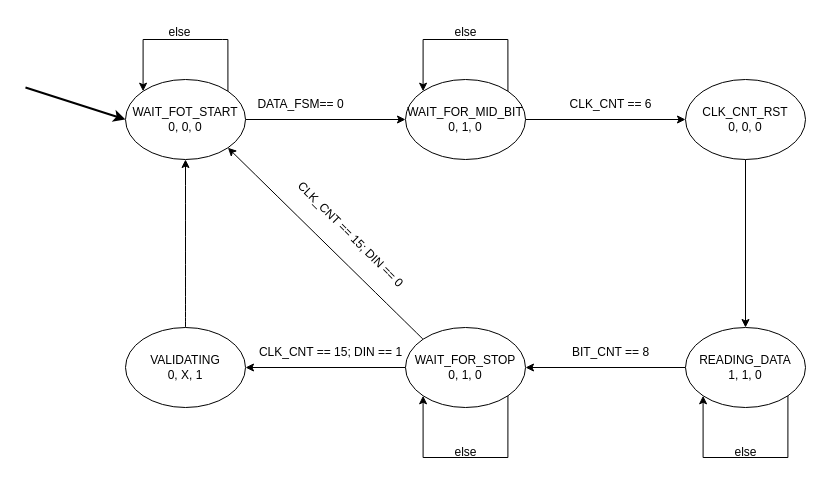
Earlier version of the draw.io diagram INC_FSM.drawio (ArturSultanov/inc_project). Source tidied: cells renumbered, new cells numbered last; positions are measured from the earlier drawing's top-left corner, leaving out a move shared by most shapes. Both pictures are drawn from the tidied source at 100%, with x=0, y=0 at pixel (25, 17).
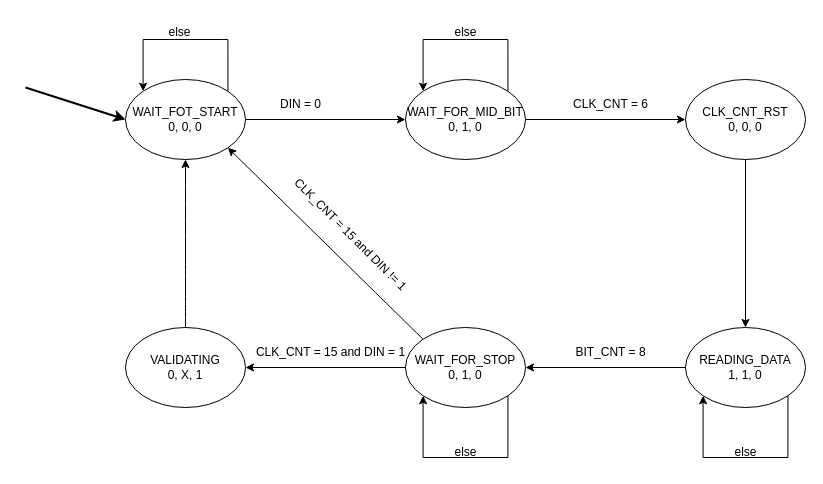
The same page after the edit.

Change to the diagram source:
```diff
@@
-    <mxCell id="18" value="DATA_FSM== 0" style="text;html=1;align=center;verticalAlign=middle;strokeColor=none;fillColor=none;" parent="1" vertex="1">
-      <mxGeometry x="220" y="72" width="110" height="30" as="geometry" />
+    <mxCell id="18" value="DIN = 0" style="text;html=1;align=center;verticalAlign=middle;strokeColor=none;fillColor=none;" parent="1" vertex="1">
+      <mxGeometry x="245" y="72" width="60" height="30" as="geometry" />
     </mxCell>
-    <mxCell id="19" value="CLK_CNT == 6" style="text;html=1;align=center;verticalAlign=middle;strokeColor=none;fillColor=none;" parent="1" vertex="1">
-      <mxGeometry x="530" y="72" width="110" height="30" as="geometry" />
+    <mxCell id="19" value="CLK_CNT = 6" style="text;html=1;align=center;verticalAlign=middle;strokeColor=none;fillColor=none;" parent="1" vertex="1">
+      <mxGeometry x="535" y="72" width="100" height="30" as="geometry" />
     </mxCell>
-    <mxCell id="20" value="BIT_CNT == 8" style="text;html=1;align=center;verticalAlign=middle;strokeColor=none;fillColor=none;rotation=0;" parent="1" vertex="1">
-      <mxGeometry x="535" y="320" width="100" height="30" as="geometry" />
+    <mxCell id="20" value="BIT_CNT = 8" style="text;html=1;align=center;verticalAlign=middle;strokeColor=none;fillColor=none;rotation=0;" parent="1" vertex="1">
+      <mxGeometry x="540" y="320" width="90" height="30" as="geometry" />
     </mxCell>
-    <mxCell id="21" value="CLK_CNT == 15; DIN == 1" style="text;html=1;align=center;verticalAlign=middle;strokeColor=none;fillColor=none;" parent="1" vertex="1">
+    <mxCell id="21" value="CLK_CNT = 15 and DIN = 1" style="text;html=1;align=center;verticalAlign=middle;strokeColor=none;fillColor=none;" parent="1" vertex="1">
       <mxGeometry x="220" y="320" width="170" height="30" as="geometry" />
     </mxCell>
-    <mxCell id="22" value="CLK_CNT == 15; DIN == 0" style="text;html=1;align=center;verticalAlign=middle;strokeColor=none;fillColor=none;rotation=45;" parent="1" vertex="1">
-      <mxGeometry x="240" y="202" width="170" height="30" as="geometry" />
+    <mxCell id="22" value="CLK_CNT = 15 and DIN != 1" style="text;html=1;align=center;verticalAlign=middle;strokeColor=none;fillColor=none;rotation=45;" parent="1" vertex="1">
+      <mxGeometry x="235" y="202" width="180" height="30" as="geometry" />
     </mxCell>
```
